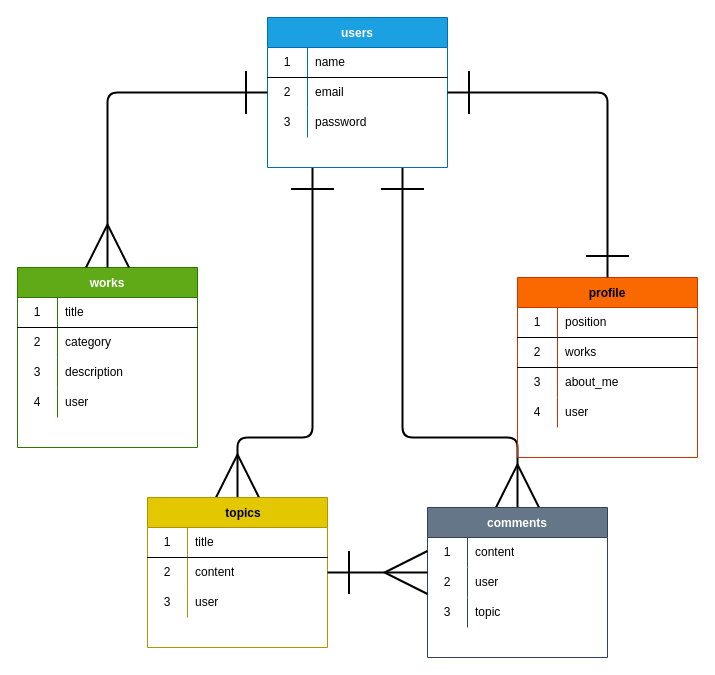
Earlier version of the draw.io diagram design.dio (umetoyama/orghp_ex01). Source tidied: cells renumbered, new cells numbered last; positions are measured from the earlier drawing's top-left corner, leaving out a move shared by most shapes. Both pictures are drawn from the tidied source at 100%, with x=0, y=0 at pixel (17, 17).
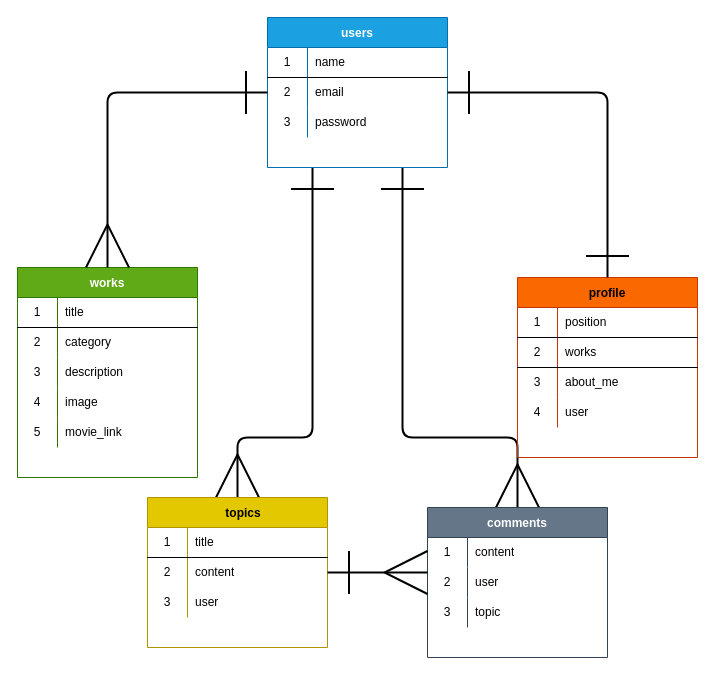
After the change.

Commit message (it also covers changes not shown here):
ER図、画面遷移図、データベース設計図編集

The change refers to these unchanged cells:
```xml
<mxCell id="34" style="shape=partialRectangle;html=1;whiteSpace=wrap;fillColor=none;top=0;left=0;bottom=0;right=0;" parent="24" vertex="1">
  <mxGeometry y="120" width="180" height="30" as="geometry" />
</mxCell>
```

Change to the diagram source:
```diff
@@
     <mxCell id="24" value="works" style="shape=table;startSize=30;childLayout=tableLayout;rowLines=0;fontStyle=1;align=center;fillColor=#60a917;fontColor=#ffffff;strokeColor=#2D7600;" parent="1" vertex="1">
-      <mxGeometry y="250" width="180" height="180" as="geometry" />
+      <mxGeometry y="250" width="180" height="210" as="geometry" />
     </mxCell>
@@
-    <mxCell id="36" value="user" style="shape=partialRectangle;html=1;whiteSpace=wrap;fillColor=none;top=0;left=0;bottom=0;right=0;align=left;spacingLeft=6;overflow=hidden;" parent="34" vertex="1">
-      <mxGeometry x="40" width="140" height="30" as="geometry" />
-    </mxCell>
+    <mxCell id="63" value="image" style="shape=partialRectangle;html=1;whiteSpace=wrap;fillColor=none;top=0;left=0;bottom=0;right=0;align=left;spacingLeft=6;overflow=hidden;" parent="34" vertex="1">
+      <mxGeometry x="40" width="140" height="30" as="geometry" />
+    </mxCell>
+    <mxCell id="64" style="shape=partialRectangle;html=1;whiteSpace=wrap;fillColor=none;top=0;left=0;bottom=0;right=0;" parent="24" vertex="1">
+      <mxGeometry y="150" width="180" height="30" as="geometry" />
+    </mxCell>
+    <mxCell id="65" value="5" style="shape=partialRectangle;html=1;whiteSpace=wrap;fillColor=none;top=0;left=0;bottom=0;right=0;overflow=hidden;" parent="64" vertex="1">
+      <mxGeometry width="40" height="30" as="geometry" />
+    </mxCell>
+    <mxCell id="66" value="movie_link" style="shape=partialRectangle;html=1;whiteSpace=wrap;fillColor=none;top=0;left=0;bottom=0;right=0;align=left;spacingLeft=6;overflow=hidden;" parent="64" vertex="1">
+      <mxGeometry x="40" width="140" height="30" as="geometry" />
+    </mxCell>
```
